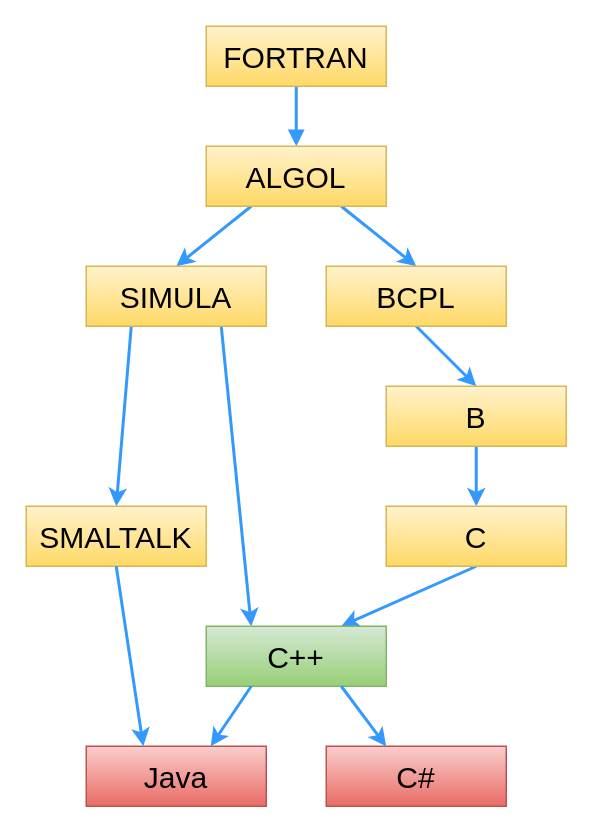
Earlier version of the draw.io diagram docs/diagrams/cpp_history.drawio (gammasoft71/cpp_modern_course). Source tidied: cells renumbered, new cells numbered last; positions are measured from the earlier drawing's top-left corner, leaving out a move shared by most shapes. Both pictures are drawn from the tidied source at 150%, with x=0, y=0 at pixel (26, 26).
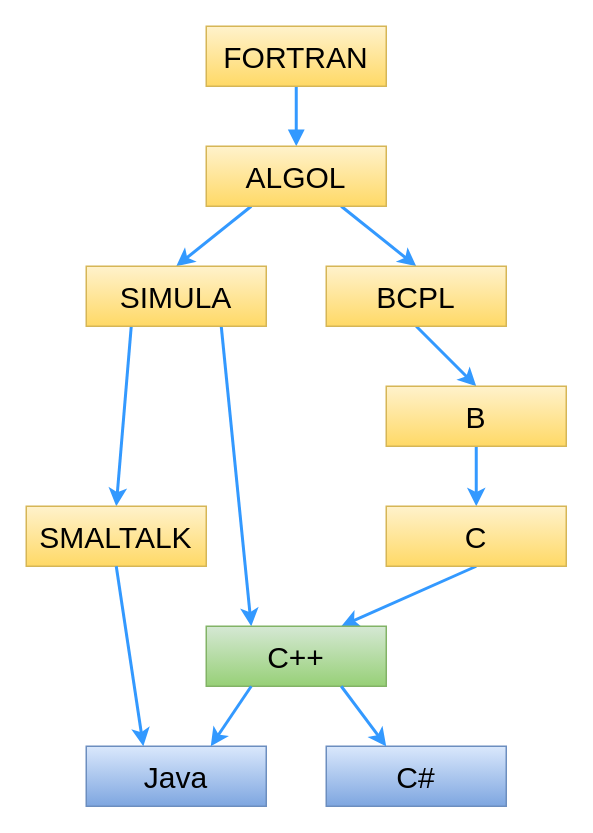
The same page after the edit.

Diff of the diagram source:
```diff
@@
-    <mxCell id="18" value="Java" style="rounded=0;whiteSpace=wrap;html=1;fontStyle=0;fontSize=20;fillColor=#f8cecc;strokeColor=#b85450;gradientColor=#ea6b66;fontColor=#000000;" parent="1" vertex="1">
+    <mxCell id="18" value="Java" style="rounded=0;whiteSpace=wrap;html=1;fontStyle=0;fontSize=20;fillColor=#dae8fc;strokeColor=#6c8ebf;gradientColor=#7ea6e0;fontColor=#000000;" parent="1" vertex="1">
       <mxGeometry x="40" y="480" width="120" height="40" as="geometry" />
     </mxCell>
-    <mxCell id="19" value="C#" style="rounded=0;whiteSpace=wrap;html=1;fontStyle=0;fontSize=20;fillColor=#f8cecc;strokeColor=#b85450;gradientColor=#ea6b66;fontColor=#000000;" parent="1" vertex="1">
+    <mxCell id="19" value="C#" style="rounded=0;whiteSpace=wrap;html=1;fontStyle=0;fontSize=20;fillColor=#dae8fc;strokeColor=#6c8ebf;gradientColor=#7ea6e0;fontColor=#000000;" parent="1" vertex="1">
       <mxGeometry x="200" y="480" width="120" height="40" as="geometry" />
     </mxCell>
```
